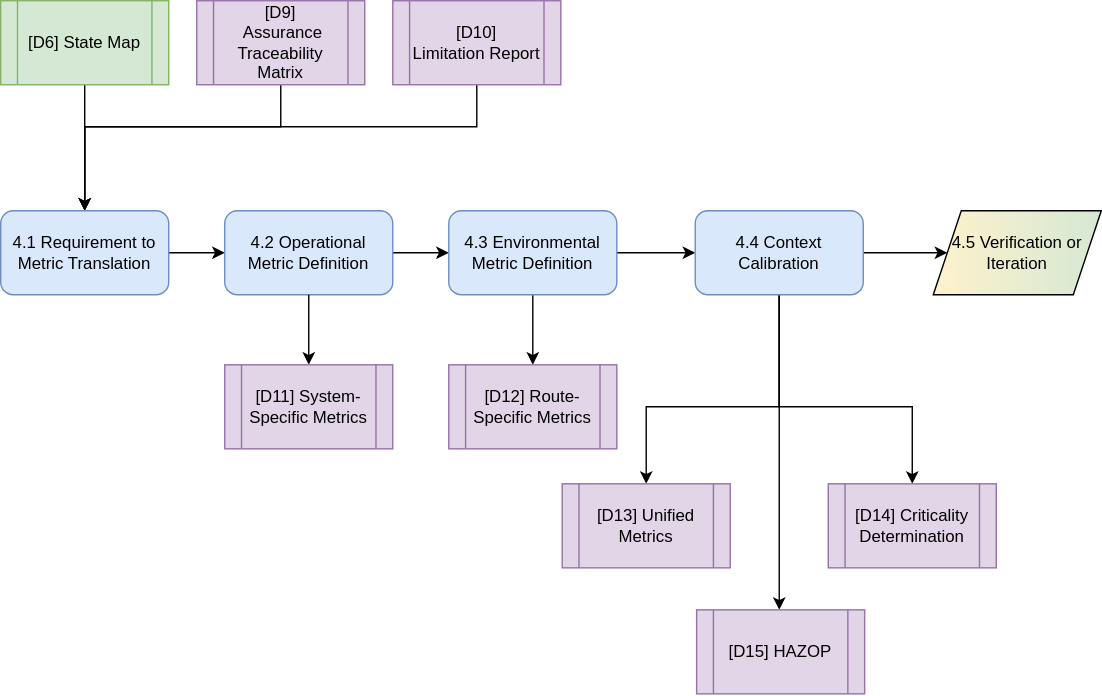
TortoiseFather/sacred-site keeps this draw.io diagram as diagrams/step-4.svg. Above is the earlier version. Source tidied: cells renumbered, new cells last; positions are measured from the earlier drawing's top-left corner, leaving out a move shared by most shapes.
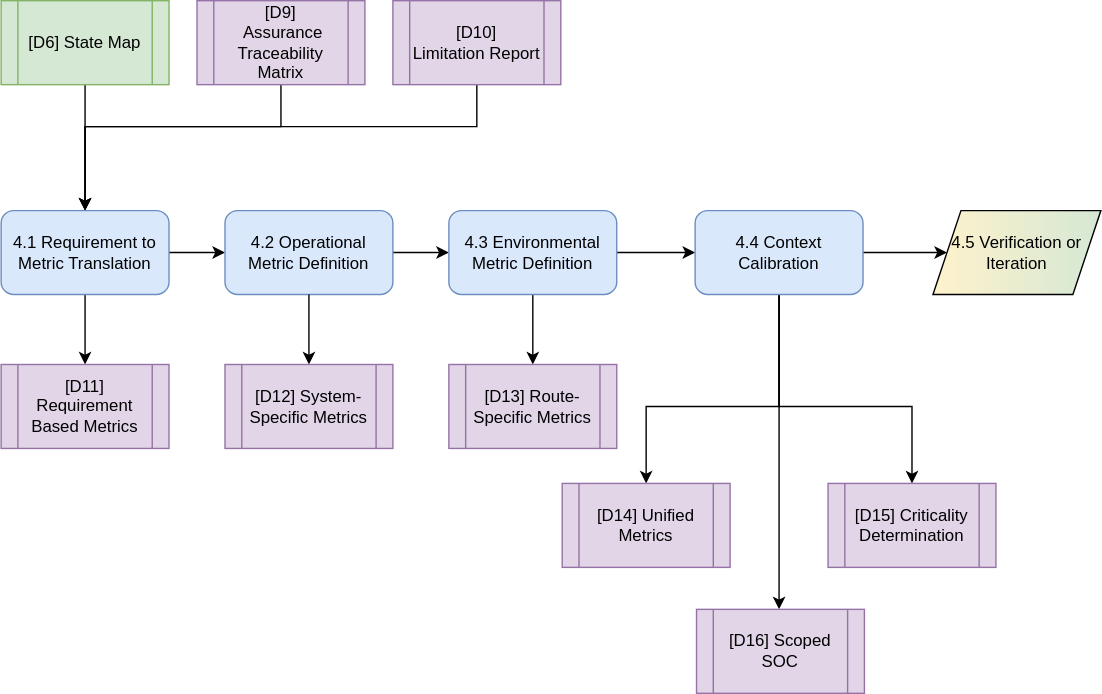
Later version of the same file.

Change to the diagram source:
```diff
@@ -39,6 +39,9 @@
     <mxCell id="8" style="edgeStyle=orthogonalEdgeStyle;rounded=0;jettySize=auto;html=1;" parent="1" edge="1" source="9" target="12">
       <mxGeometry relative="1" as="geometry" />
     </mxCell>
+    <mxCell id="27" style="edgeStyle=orthogonalEdgeStyle;rounded=0;jettySize=auto;html=1;" parent="1" edge="1" source="9" target="28">
+      <mxGeometry relative="1" as="geometry" />
+    </mxCell>
     <mxCell id="9" value="4.1 Requirement to Metric Translation" style="rounded=1;whiteSpace=wrap;html=1;fillColor=#dae8fc;strokeColor=#6c8ebf;" parent="1" vertex="1">
       <mxGeometry y="150" width="120" height="60" as="geometry" />
     </mxCell>
@@ -53,7 +56,7 @@
     <mxCell id="12" value="4.2 Operational Metric Definition" style="rounded=1;whiteSpace=wrap;html=1;fillColor=#dae8fc;strokeColor=#6c8ebf;" parent="1" vertex="1">
       <mxGeometry x="160" y="150" width="120" height="60" as="geometry" />
     </mxCell>
-    <mxCell id="13" value="[D12] Route-Specific Metrics" style="shape=process;whiteSpace=wrap;html=1;backgroundOutline=1;fillColor=#e1d5e7;strokeColor=#9673a6;" parent="1" vertex="1">
+    <mxCell id="13" value="[D13] Route-Specific Metrics" style="shape=process;whiteSpace=wrap;html=1;backgroundOutline=1;fillColor=#e1d5e7;strokeColor=#9673a6;" parent="1" vertex="1">
       <mxGeometry x="320" y="260" width="120" height="60" as="geometry" />
     </mxCell>
     <mxCell id="14" style="edgeStyle=orthogonalEdgeStyle;rounded=0;jettySize=auto;html=1;" parent="1" edge="1" source="15" target="22">
@@ -67,7 +70,7 @@
         <mxPoint x="220" y="210" as="sourcePoint" />
       </mxGeometry>
     </mxCell>
-    <mxCell id="17" value="[D11] System-Specific Metrics" style="shape=process;whiteSpace=wrap;html=1;backgroundOutline=1;fillColor=#e1d5e7;strokeColor=#9673a6;" parent="1" vertex="1">
+    <mxCell id="17" value="[D12] System-Specific Metrics" style="shape=process;whiteSpace=wrap;html=1;backgroundOutline=1;fillColor=#e1d5e7;strokeColor=#9673a6;" parent="1" vertex="1">
       <mxGeometry x="160" y="260" width="120" height="60" as="geometry" />
     </mxCell>
     <mxCell id="18" style="edgeStyle=orthogonalEdgeStyle;rounded=0;jettySize=auto;html=1;" parent="1" edge="1" source="22" target="23">
@@ -103,14 +106,17 @@
     <mxCell id="23" value="4.5 Verification or Iteration" style="shape=parallelogram;perimeter=parallelogramPerimeter;whiteSpace=wrap;html=1;fixedSize=1;fillColor=#fff2cc;strokeColor=default;gradientColor=#D5E8D4;gradientDirection=east;" parent="1" vertex="1">
       <mxGeometry x="666" y="150" width="120" height="60" as="geometry" />
     </mxCell>
-    <mxCell id="24" value="[D14] Criticality Determination" style="shape=process;whiteSpace=wrap;html=1;backgroundOutline=1;fillColor=#e1d5e7;strokeColor=#9673a6;" parent="1" vertex="1">
+    <mxCell id="24" value="[D15] Criticality Determination" style="shape=process;whiteSpace=wrap;html=1;backgroundOutline=1;fillColor=#e1d5e7;strokeColor=#9673a6;" parent="1" vertex="1">
       <mxGeometry x="591" y="345" width="120" height="60" as="geometry" />
     </mxCell>
-    <mxCell id="25" value="[D13] Unified Metrics" style="shape=process;whiteSpace=wrap;html=1;backgroundOutline=1;fillColor=#e1d5e7;strokeColor=#9673a6;" parent="1" vertex="1">
+    <mxCell id="25" value="[D14] Unified Metrics" style="shape=process;whiteSpace=wrap;html=1;backgroundOutline=1;fillColor=#e1d5e7;strokeColor=#9673a6;" parent="1" vertex="1">
       <mxGeometry x="401" y="345" width="120" height="60" as="geometry" />
     </mxCell>
-    <mxCell id="26" value="[D15] HAZOP" style="shape=process;whiteSpace=wrap;html=1;backgroundOutline=1;fillColor=#e1d5e7;strokeColor=#9673a6;" parent="1" vertex="1">
+    <mxCell id="26" value="[D16] Scoped SOC" style="shape=process;whiteSpace=wrap;html=1;backgroundOutline=1;fillColor=#e1d5e7;strokeColor=#9673a6;" parent="1" vertex="1">
       <mxGeometry x="497" y="435" width="120" height="60" as="geometry" />
     </mxCell>
+    <mxCell id="28" value="[D11] Requirement Based Metrics" style="shape=process;whiteSpace=wrap;html=1;backgroundOutline=1;fillColor=#e1d5e7;strokeColor=#9673a6;" parent="1" vertex="1">
+      <mxGeometry y="260" width="120" height="60" as="geometry" />
+    </mxCell>
   </root>
 </mxGraphModel>
```
